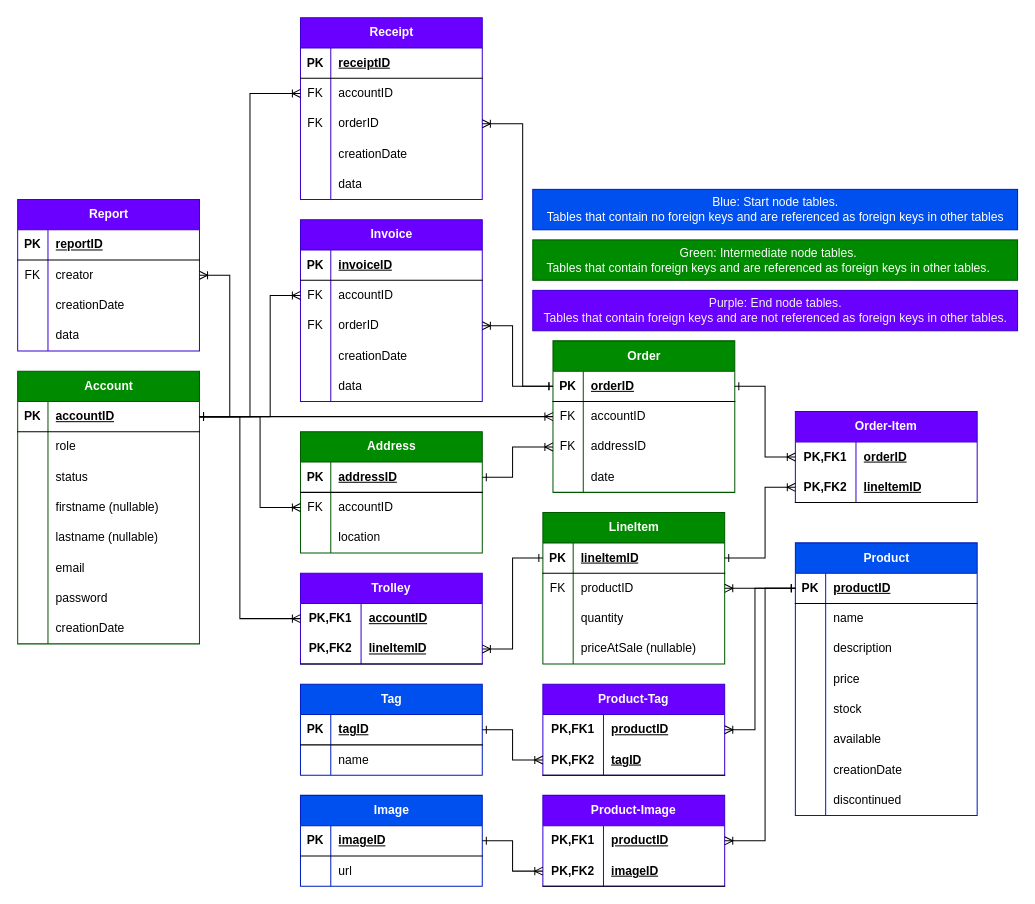
Above: ER_Diagram.drawio in DylanGlenister/Software_Assign03 (draw.io), before the change. Source tidied: cells renumbered, new cells numbered last; positions are measured from the earlier drawing's top-left corner, leaving out a move shared by most shapes. Both pictures are drawn from the tidied source at 101%, with x=0, y=0 at pixel (17, 17).
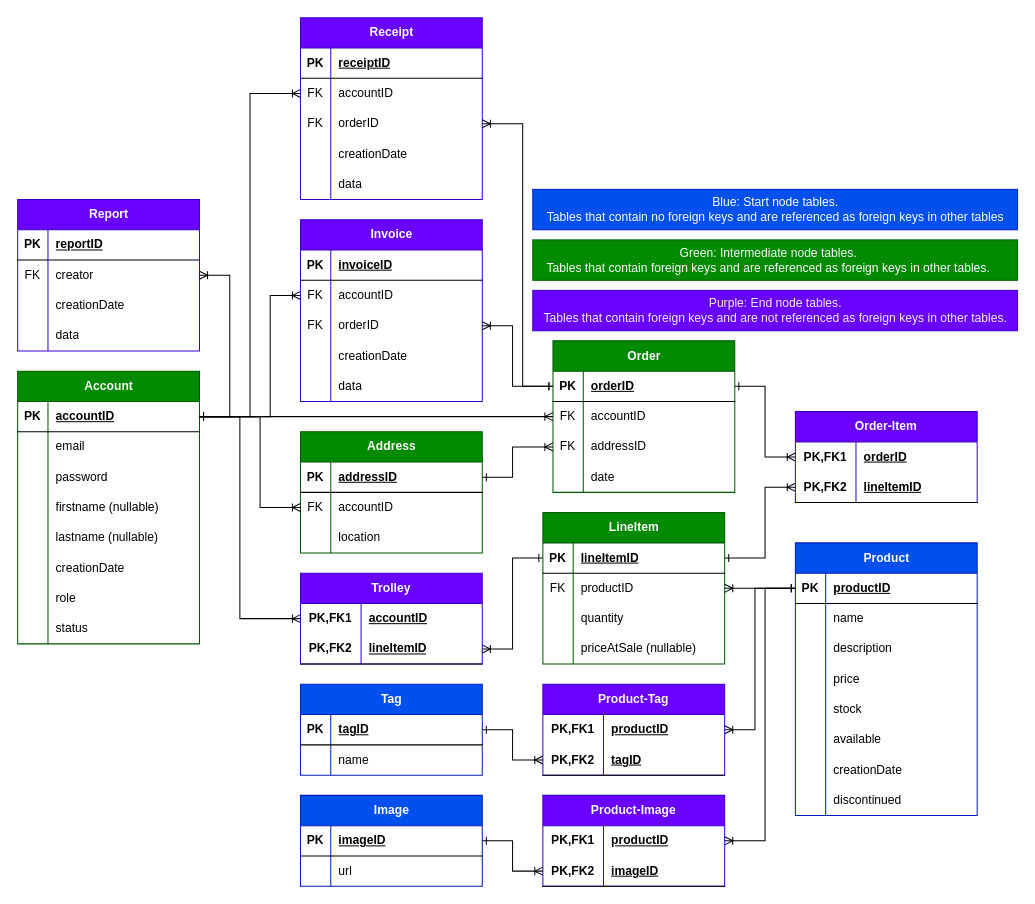
After the change.

The change refers to these unchanged cells:
```xml
<mxCell id="57" style="shape=tableRow;horizontal=0;startSize=0;swimlaneHead=0;swimlaneBody=0;fillColor=none;top=0;left=0;right=0;bottom=0;" parent="53" vertex="1">
  <mxGeometry y="60" width="180" height="30" as="geometry" />
</mxCell>
<mxCell id="60" style="shape=tableRow;horizontal=0;startSize=0;swimlaneHead=0;swimlaneBody=0;fillColor=none;top=0;left=0;right=0;bottom=0;" parent="53" vertex="1">
  <mxGeometry y="90" width="180" height="30" as="geometry" />
</mxCell>
<mxCell id="63" style="shape=tableRow;horizontal=0;startSize=0;swimlaneHead=0;swimlaneBody=0;fillColor=none;top=0;left=0;right=0;bottom=0;" parent="53" vertex="1">
  <mxGeometry y="120" width="180" height="30" as="geometry" />
</mxCell>
<mxCell id="66" style="shape=tableRow;horizontal=0;startSize=0;swimlaneHead=0;swimlaneBody=0;fillColor=none;top=0;left=0;right=0;bottom=0;" parent="53" vertex="1">
  <mxGeometry y="150" width="180" height="30" as="geometry" />
</mxCell>
<mxCell id="69" style="shape=tableRow;horizontal=0;startSize=0;swimlaneHead=0;swimlaneBody=0;fillColor=none;top=0;left=0;right=0;bottom=0;" parent="53" vertex="1">
  <mxGeometry y="180" width="180" height="30" as="geometry" />
</mxCell>
<mxCell id="72" style="shape=tableRow;horizontal=0;startSize=0;swimlaneHead=0;swimlaneBody=0;fillColor=none;top=0;left=0;right=0;bottom=0;" parent="53" vertex="1">
  <mxGeometry y="210" width="180" height="30" as="geometry" />
</mxCell>
<mxCell id="75" style="shape=tableRow;horizontal=0;startSize=0;swimlaneHead=0;swimlaneBody=0;fillColor=none;top=0;left=0;right=0;bottom=0;" parent="53" vertex="1">
  <mxGeometry y="240" width="180" height="30" as="geometry" />
</mxCell>
```

Change to the diagram source:
```diff
@@
-    <mxCell id="58" style="shape=partialRectangle;fillColor=none;top=0;left=0;bottom=0;right=0;overflow=hidden;whiteSpace=wrap;html=1;" parent="57" vertex="1">
-      <mxGeometry width="30" height="30" as="geometry" />
-    </mxCell>
-    <mxCell id="59" value="role" style="shape=partialRectangle;fillColor=none;top=0;left=0;bottom=0;right=0;align=left;spacingLeft=6;overflow=hidden;whiteSpace=wrap;html=1;" parent="57" vertex="1">
-      <mxGeometry x="30" width="150" height="30" as="geometry" />
-    </mxCell>
+    <mxCell id="197" style="shape=partialRectangle;fillColor=none;top=0;left=0;bottom=0;right=0;overflow=hidden;whiteSpace=wrap;html=1;" parent="57" vertex="1">
+      <mxGeometry width="30" height="30" as="geometry" />
+    </mxCell>
+    <mxCell id="71" value="email" style="shape=partialRectangle;fillColor=none;top=0;left=0;bottom=0;right=0;align=left;spacingLeft=6;overflow=hidden;whiteSpace=wrap;html=1;" parent="57" vertex="1">
+      <mxGeometry x="30" width="150" height="30" as="geometry" />
+    </mxCell>
@@
-    <mxCell id="61" style="shape=partialRectangle;fillColor=none;top=0;left=0;bottom=0;right=0;overflow=hidden;whiteSpace=wrap;html=1;" parent="60" vertex="1">
-      <mxGeometry width="30" height="30" as="geometry" />
-    </mxCell>
-    <mxCell id="62" value="status" style="shape=partialRectangle;fillColor=none;top=0;left=0;bottom=0;right=0;align=left;spacingLeft=6;overflow=hidden;whiteSpace=wrap;html=1;" parent="60" vertex="1">
-      <mxGeometry x="30" width="150" height="30" as="geometry" />
-    </mxCell>
+    <mxCell id="198" style="shape=partialRectangle;fillColor=none;top=0;left=0;bottom=0;right=0;overflow=hidden;whiteSpace=wrap;html=1;" parent="60" vertex="1">
+      <mxGeometry width="30" height="30" as="geometry" />
+    </mxCell>
+    <mxCell id="74" value="password" style="shape=partialRectangle;fillColor=none;top=0;left=0;bottom=0;right=0;align=left;spacingLeft=6;overflow=hidden;whiteSpace=wrap;html=1;" parent="60" vertex="1">
+      <mxGeometry x="30" width="150" height="30" as="geometry" />
+    </mxCell>
@@
-    <mxCell id="64" style="shape=partialRectangle;fillColor=none;top=0;left=0;bottom=0;right=0;overflow=hidden;whiteSpace=wrap;html=1;" parent="63" vertex="1">
-      <mxGeometry width="30" height="30" as="geometry" />
-    </mxCell>
+    <mxCell id="199" style="shape=partialRectangle;fillColor=none;top=0;left=0;bottom=0;right=0;overflow=hidden;whiteSpace=wrap;html=1;" parent="63" vertex="1">
+      <mxGeometry width="30" height="30" as="geometry" />
+    </mxCell>
@@
-    <mxCell id="67" style="shape=partialRectangle;fillColor=none;top=0;left=0;bottom=0;right=0;overflow=hidden;whiteSpace=wrap;html=1;" parent="66" vertex="1">
-      <mxGeometry width="30" height="30" as="geometry" />
-    </mxCell>
+    <mxCell id="200" style="shape=partialRectangle;fillColor=none;top=0;left=0;bottom=0;right=0;overflow=hidden;whiteSpace=wrap;html=1;" parent="66" vertex="1">
+      <mxGeometry width="30" height="30" as="geometry" />
+    </mxCell>
@@
-    <mxCell id="70" style="shape=partialRectangle;fillColor=none;top=0;left=0;bottom=0;right=0;overflow=hidden;whiteSpace=wrap;html=1;" parent="69" vertex="1">
-      <mxGeometry width="30" height="30" as="geometry" />
-    </mxCell>
-    <mxCell id="71" value="email" style="shape=partialRectangle;fillColor=none;top=0;left=0;bottom=0;right=0;align=left;spacingLeft=6;overflow=hidden;whiteSpace=wrap;html=1;" parent="69" vertex="1">
-      <mxGeometry x="30" width="150" height="30" as="geometry" />
-    </mxCell>
+    <mxCell id="201" style="shape=partialRectangle;fillColor=none;top=0;left=0;bottom=0;right=0;overflow=hidden;whiteSpace=wrap;html=1;" parent="69" vertex="1">
+      <mxGeometry width="30" height="30" as="geometry" />
+    </mxCell>
+    <mxCell id="77" value="creationDate" style="shape=partialRectangle;fillColor=none;top=0;left=0;bottom=0;right=0;align=left;spacingLeft=6;overflow=hidden;whiteSpace=wrap;html=1;" parent="69" vertex="1">
+      <mxGeometry x="30" width="150" height="30" as="geometry" />
+    </mxCell>
@@
-    <mxCell id="73" style="shape=partialRectangle;fillColor=none;top=0;left=0;bottom=0;right=0;overflow=hidden;whiteSpace=wrap;html=1;" parent="72" vertex="1">
-      <mxGeometry width="30" height="30" as="geometry" />
-    </mxCell>
-    <mxCell id="74" value="password" style="shape=partialRectangle;fillColor=none;top=0;left=0;bottom=0;right=0;align=left;spacingLeft=6;overflow=hidden;whiteSpace=wrap;html=1;" parent="72" vertex="1">
-      <mxGeometry x="30" width="150" height="30" as="geometry" />
-    </mxCell>
+    <mxCell id="202" style="shape=partialRectangle;fillColor=none;top=0;left=0;bottom=0;right=0;overflow=hidden;whiteSpace=wrap;html=1;" parent="72" vertex="1">
+      <mxGeometry width="30" height="30" as="geometry" />
+    </mxCell>
+    <mxCell id="59" value="role" style="shape=partialRectangle;fillColor=none;top=0;left=0;bottom=0;right=0;align=left;spacingLeft=6;overflow=hidden;whiteSpace=wrap;html=1;" parent="72" vertex="1">
+      <mxGeometry x="30" width="150" height="30" as="geometry" />
+    </mxCell>
@@
-    <mxCell id="76" style="shape=partialRectangle;fillColor=none;top=0;left=0;bottom=0;right=0;overflow=hidden;whiteSpace=wrap;html=1;" parent="75" vertex="1">
-      <mxGeometry width="30" height="30" as="geometry" />
-    </mxCell>
-    <mxCell id="77" value="creationDate" style="shape=partialRectangle;fillColor=none;top=0;left=0;bottom=0;right=0;align=left;spacingLeft=6;overflow=hidden;whiteSpace=wrap;html=1;" parent="75" vertex="1">
-      <mxGeometry x="30" width="150" height="30" as="geometry" />
-    </mxCell>
+    <mxCell id="203" style="shape=partialRectangle;fillColor=none;top=0;left=0;bottom=0;right=0;overflow=hidden;whiteSpace=wrap;html=1;" parent="75" vertex="1">
+      <mxGeometry width="30" height="30" as="geometry" />
+    </mxCell>
+    <mxCell id="62" value="status" style="shape=partialRectangle;fillColor=none;top=0;left=0;bottom=0;right=0;align=left;spacingLeft=6;overflow=hidden;whiteSpace=wrap;html=1;" parent="75" vertex="1">
+      <mxGeometry x="30" width="150" height="30" as="geometry" />
+    </mxCell>
```
